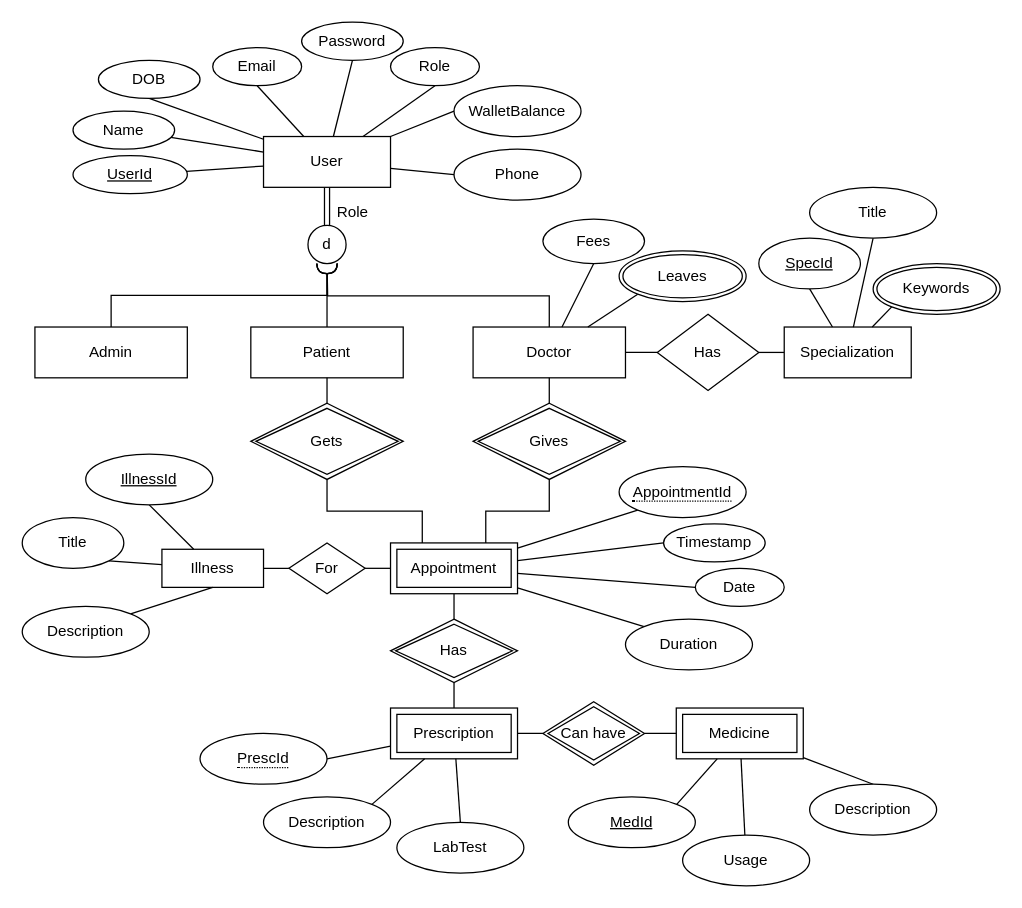
Before: draw-io-eer-diagram.drawio in Sanket-BITS-Projects/DBMS-Projet-VMH, a draw.io diagram. Source tidied: cells renumbered, new cells numbered last; positions are measured from the earlier drawing's top-left corner, leaving out a move shared by most shapes. Both pictures are drawn from the tidied source at 127%, with x=0, y=0 at pixel (22, 22).
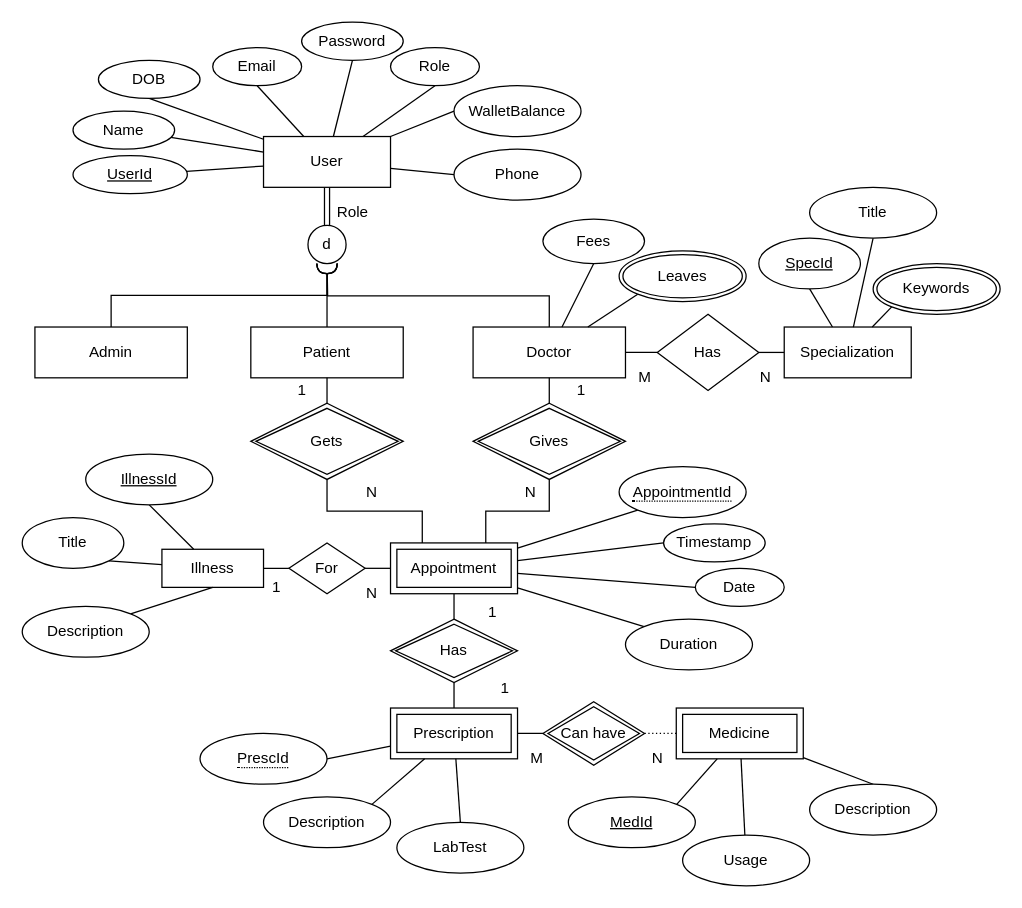
The same page after the edit.

Unchanged cells that the change refers to:
```xml
<mxCell id="75" value="Medicine" style="shape=ext;margin=3;double=1;whiteSpace=wrap;html=1;align=center;rounded=0;" parent="1" vertex="1">
  <mxGeometry x="515" y="540" width="100" height="40" as="geometry" />
</mxCell>
<mxCell id="78" value="Can have" style="shape=rhombus;double=1;perimeter=rhombusPerimeter;whiteSpace=wrap;html=1;align=center;rounded=0;" parent="1" vertex="1">
  <mxGeometry x="410" y="535" width="80" height="50" as="geometry" />
</mxCell>
```

What changed in the source:
```diff
@@
-    <mxCell id="77" style="edgeStyle=orthogonalEdgeStyle;rounded=0;jettySize=auto;html=1;exitX=1;exitY=0.5;exitDx=0;exitDy=0;entryX=0;entryY=0.5;entryDx=0;entryDy=0;startArrow=none;startFill=0;endArrow=none;endFill=0;" parent="1" edge="1" source="78" target="75">
+    <mxCell id="77" style="edgeStyle=orthogonalEdgeStyle;rounded=0;jettySize=auto;html=1;exitX=1;exitY=0.5;exitDx=0;exitDy=0;entryX=0;entryY=0.5;entryDx=0;entryDy=0;startArrow=none;startFill=0;endArrow=none;endFill=0;dashed=1;dashPattern=1 2;" parent="1" edge="1" source="78" target="75">
       <mxGeometry relative="1" as="geometry" />
     </mxCell>
@@
+    <mxCell id="87" value="N" style="text;html=1;align=center;verticalAlign=middle;fillColor=none;strokeColor=none;rounded=0;" parent="1" vertex="1">
+      <mxGeometry x="265" y="360" width="20" height="20" as="geometry" />
+    </mxCell>
+    <mxCell id="88" value="1" style="text;html=1;align=center;verticalAlign=middle;fillColor=none;strokeColor=none;rounded=0;" parent="1" vertex="1">
+      <mxGeometry x="210" y="280" width="20" height="20" as="geometry" />
+    </mxCell>
+    <mxCell id="89" value="1" style="text;html=1;align=center;verticalAlign=middle;fillColor=none;strokeColor=none;rounded=0;" parent="1" vertex="1">
+      <mxGeometry x="190" y="435" width="20" height="20" as="geometry" />
+    </mxCell>
+    <mxCell id="90" value="N" style="text;html=1;align=center;verticalAlign=middle;fillColor=none;strokeColor=none;rounded=0;" parent="1" vertex="1">
+      <mxGeometry x="265" y="440" width="20" height="20" as="geometry" />
+    </mxCell>
+    <mxCell id="91" value="1" style="text;html=1;align=center;verticalAlign=middle;fillColor=none;strokeColor=none;rounded=0;" parent="1" vertex="1">
+      <mxGeometry x="360" y="455" width="20" height="20" as="geometry" />
+    </mxCell>
+    <mxCell id="92" value="1" style="text;html=1;align=center;verticalAlign=middle;fillColor=none;strokeColor=none;rounded=0;" parent="1" vertex="1">
+      <mxGeometry x="370" y="515" width="20" height="20" as="geometry" />
+    </mxCell>
+    <mxCell id="93" value="N" style="text;html=1;align=center;verticalAlign=middle;fillColor=none;strokeColor=none;rounded=0;" parent="1" vertex="1">
+      <mxGeometry x="575" y="270" width="20" height="20" as="geometry" />
+    </mxCell>
+    <mxCell id="94" value="M" style="text;html=1;align=center;verticalAlign=middle;fillColor=none;strokeColor=none;rounded=0;" parent="1" vertex="1">
+      <mxGeometry x="475" y="270" width="30" height="20" as="geometry" />
+    </mxCell>
+    <mxCell id="95" value="N" style="text;html=1;align=center;verticalAlign=middle;fillColor=none;strokeColor=none;rounded=0;" parent="1" vertex="1">
+      <mxGeometry x="390" y="360" width="20" height="20" as="geometry" />
+    </mxCell>
+    <mxCell id="96" value="1" style="text;html=1;align=center;verticalAlign=middle;fillColor=none;strokeColor=none;rounded=0;" parent="1" vertex="1">
+      <mxGeometry x="430" y="280" width="20" height="20" as="geometry" />
+    </mxCell>
+    <mxCell id="97" value="M" style="text;html=1;align=center;verticalAlign=middle;fillColor=none;strokeColor=none;rounded=0;" parent="1" vertex="1">
+      <mxGeometry x="390" y="570" width="30" height="20" as="geometry" />
+    </mxCell>
+    <mxCell id="98" value="N" style="text;html=1;align=center;verticalAlign=middle;fillColor=none;strokeColor=none;rounded=0;" parent="1" vertex="1">
+      <mxGeometry x="490" y="570" width="20" height="20" as="geometry" />
+    </mxCell>
```
